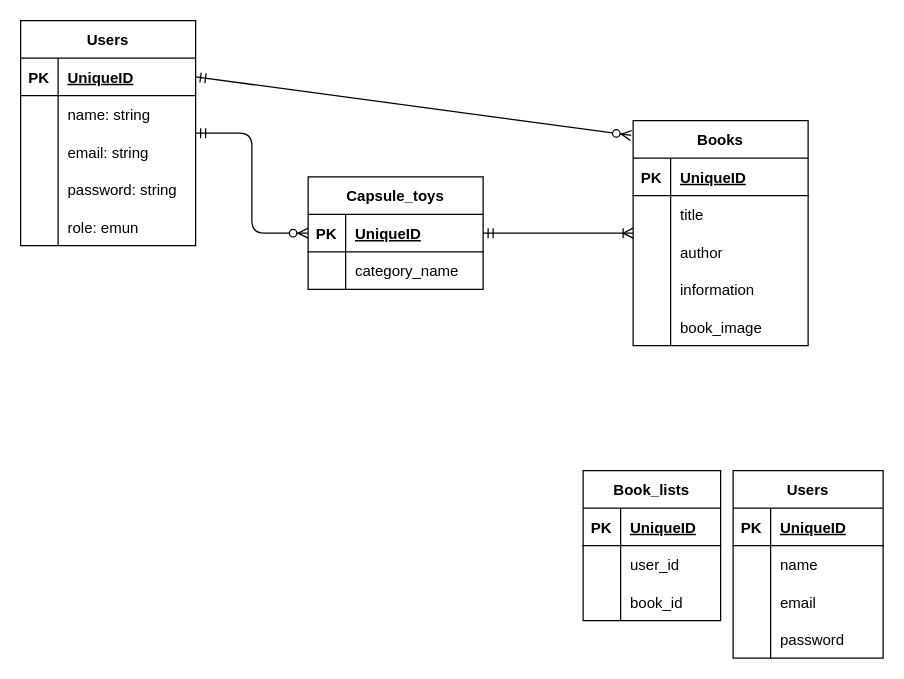
Earlier version of the draw.io diagram er.drawio (okmt-aya-26/encounter_with_books). Source tidied: cells renumbered, new cells numbered last; positions are measured from the earlier drawing's top-left corner, leaving out a move shared by most shapes. Both pictures are drawn from the tidied source at 125%, with x=0, y=0 at pixel (20, 20).
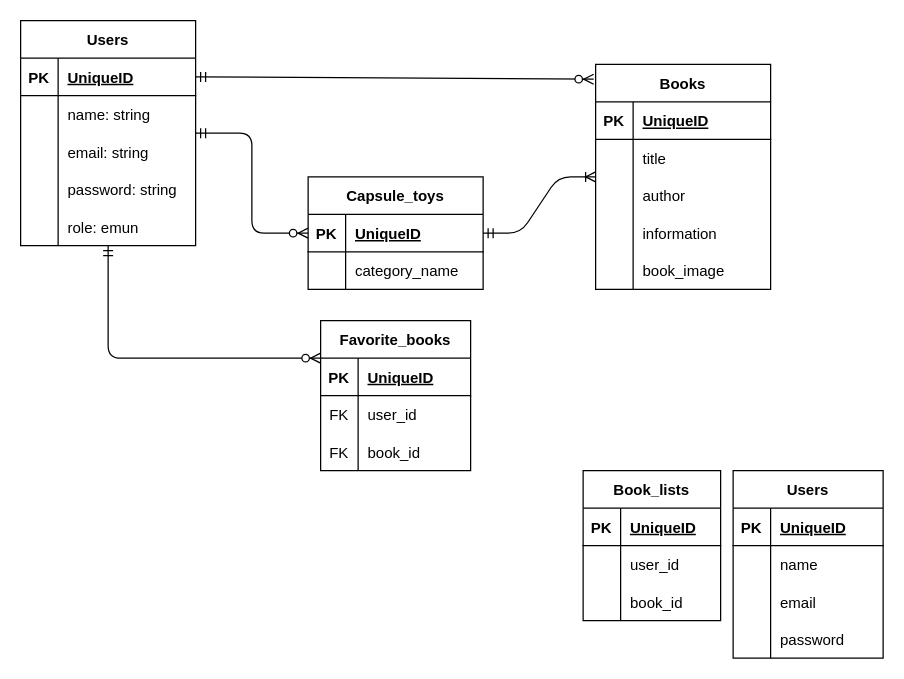
Above is the later version.

The change refers to these unchanged cells:
```xml
<mxCell id="61" style="shape=partialRectangle;fillColor=none;top=0;left=0;bottom=0;right=0;points=[[0,0.5],[1,0.5]];portConstraint=eastwest;" parent="48" vertex="1">
  <mxGeometry y="150" width="140" height="30" as="geometry" />
</mxCell>
```

The edit, as a diff of the source:
```diff
@@
     <mxCell id="9" value="Books" style="shape=table;startSize=30;childLayout=tableLayout;rowLines=0;fontStyle=1;align=center;" parent="1" vertex="1">
-      <mxGeometry x="490" y="80" width="140" height="180" as="geometry" />
+      <mxGeometry x="460" y="35" width="140" height="180" as="geometry" />
     </mxCell>
@@
+    <mxCell id="67" value="Favorite_books" style="shape=table;startSize=30;childLayout=tableLayout;rowLines=0;fontStyle=1;align=center;" parent="1" vertex="1">
+      <mxGeometry x="240" y="240" width="120" height="120" as="geometry" />
+    </mxCell>
+    <mxCell id="68" style="shape=partialRectangle;fillColor=none;top=0;left=0;bottom=1;right=0;" parent="67" vertex="1">
+      <mxGeometry y="30" width="120" height="30" as="geometry" />
+    </mxCell>
+    <mxCell id="69" value="PK" style="shape=partialRectangle;fillColor=none;top=0;left=0;bottom=0;right=0;fontStyle=1;overflow=hidden;" parent="68" vertex="1">
+      <mxGeometry width="30" height="30" as="geometry" />
+    </mxCell>
+    <mxCell id="70" value="UniqueID" style="shape=partialRectangle;fillColor=none;top=0;left=0;bottom=0;right=0;align=left;spacingLeft=6;fontStyle=5;overflow=hidden;" parent="68" vertex="1">
+      <mxGeometry x="30" width="90" height="30" as="geometry" />
+    </mxCell>
+    <mxCell id="71" style="shape=partialRectangle;fillColor=none;top=0;left=0;bottom=0;right=0;" parent="67" vertex="1">
+      <mxGeometry y="60" width="120" height="30" as="geometry" />
+    </mxCell>
+    <mxCell id="72" value="FK" style="shape=partialRectangle;fillColor=none;top=0;left=0;bottom=0;right=0;overflow=hidden;" parent="71" vertex="1">
+      <mxGeometry width="30" height="30" as="geometry" />
+    </mxCell>
+    <mxCell id="73" value="user_id" style="shape=partialRectangle;fillColor=none;top=0;left=0;bottom=0;right=0;align=left;spacingLeft=6;overflow=hidden;" parent="71" vertex="1">
+      <mxGeometry x="30" width="90" height="30" as="geometry" />
+    </mxCell>
+    <mxCell id="74" style="shape=partialRectangle;fillColor=none;top=0;left=0;bottom=0;right=0;" parent="67" vertex="1">
+      <mxGeometry y="90" width="120" height="30" as="geometry" />
+    </mxCell>
+    <mxCell id="75" value="FK" style="shape=partialRectangle;fillColor=none;top=0;left=0;bottom=0;right=0;overflow=hidden;" parent="74" vertex="1">
+      <mxGeometry width="30" height="30" as="geometry" />
+    </mxCell>
+    <mxCell id="76" value="book_id" style="shape=partialRectangle;fillColor=none;top=0;left=0;bottom=0;right=0;align=left;spacingLeft=6;overflow=hidden;" parent="74" vertex="1">
+      <mxGeometry x="30" width="90" height="30" as="geometry" />
+    </mxCell>
+    <mxCell id="77" style="edgeStyle=elbowEdgeStyle;fontSize=12;html=1;endArrow=ERzeroToMany;startArrow=ERmandOne;elbow=vertical;entryX=0;entryY=0.25;entryDx=0;entryDy=0;" parent="1" edge="1" source="61" target="67">
+      <mxGeometry relative="1" as="geometry">
+        <Array as="points">
+          <mxPoint x="150" y="270" />
+        </Array>
+      </mxGeometry>
+    </mxCell>
```
